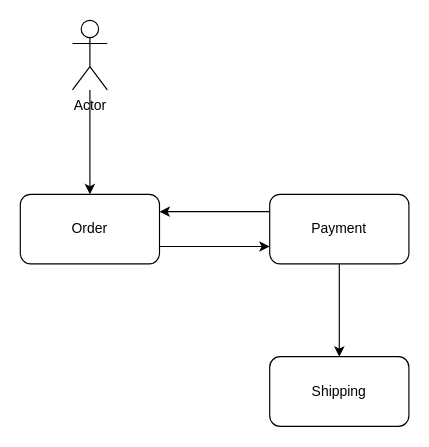
Earlier version of the draw.io diagram Online Shop.drawio (kelvinlyy/online-shop-order). Source tidied: cells renumbered, new cells numbered last; positions are measured from the earlier drawing's top-left corner, leaving out a move shared by most shapes. Both pictures are drawn from the tidied source at 116%, with x=0, y=0 at pixel (20, 20).
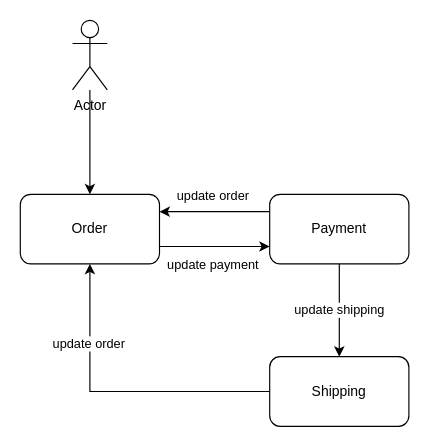
After the change.

Change to the diagram source:
```diff
@@
 <mxGraphModel>
   <root>
     <mxCell id="0" />
     <mxCell id="1" parent="0" />
     <mxCell id="2" style="edgeStyle=orthogonalEdgeStyle;rounded=0;jettySize=auto;html=1;entryX=0.5;entryY=0;entryDx=0;entryDy=0;" parent="1" edge="1" source="3" target="5">
       <mxGeometry relative="1" as="geometry" />
     </mxCell>
     <mxCell id="3" value="Actor" style="shape=umlActor;verticalLabelPosition=bottom;verticalAlign=top;html=1;outlineConnect=0;" parent="1" vertex="1">
       <mxGeometry x="45" width="30" height="60" as="geometry" />
     </mxCell>
     <mxCell id="4" style="edgeStyle=orthogonalEdgeStyle;rounded=0;jettySize=auto;html=1;exitX=1;exitY=0.75;exitDx=0;exitDy=0;entryX=0;entryY=0.75;entryDx=0;entryDy=0;" parent="1" edge="1" source="5" target="8">
       <mxGeometry relative="1" as="geometry" />
     </mxCell>
+    <mxCell id="10" value="update order" style="edgeLabel;html=1;align=center;verticalAlign=middle;" parent="4" vertex="1">
+      <mxGeometry x="-0.26" y="-2" relative="1" as="geometry">
+        <mxPoint x="10" y="-47" as="offset" />
+      </mxGeometry>
+    </mxCell>
     <mxCell id="5" value="Order" style="rounded=1;whiteSpace=wrap;html=1;" parent="1" vertex="1">
       <mxGeometry y="150" width="120" height="60" as="geometry" />
     </mxCell>
     <mxCell id="6" style="edgeStyle=orthogonalEdgeStyle;rounded=0;jettySize=auto;html=1;exitX=0;exitY=0.25;exitDx=0;exitDy=0;entryX=1;entryY=0.25;entryDx=0;entryDy=0;" parent="1" edge="1" source="8" target="5">
       <mxGeometry relative="1" as="geometry" />
     </mxCell>
+    <mxCell id="11" value="update payment" style="edgeLabel;html=1;align=center;verticalAlign=middle;" parent="6" vertex="1">
+      <mxGeometry x="0.26" y="1" relative="1" as="geometry">
+        <mxPoint x="10" y="44" as="offset" />
+      </mxGeometry>
+    </mxCell>
-    <mxCell id="7" style="edgeStyle=orthogonalEdgeStyle;rounded=0;jettySize=auto;html=1;" parent="1" edge="1" source="8" target="9">
+    <mxCell id="7" value="update shipping" style="edgeStyle=orthogonalEdgeStyle;rounded=0;jettySize=auto;html=1;" parent="1" edge="1" source="8" target="9">
       <mxGeometry relative="1" as="geometry" />
     </mxCell>
     <mxCell id="8" value="Payment" style="rounded=1;whiteSpace=wrap;html=1;" parent="1" vertex="1">
       <mxGeometry x="215" y="150" width="120" height="60" as="geometry" />
     </mxCell>
+    <mxCell id="12" style="edgeStyle=orthogonalEdgeStyle;rounded=0;jettySize=auto;html=1;entryX=0.5;entryY=1;entryDx=0;entryDy=0;" parent="1" edge="1" source="9" target="5">
+      <mxGeometry relative="1" as="geometry" />
+    </mxCell>
+    <mxCell id="13" value="update order" style="edgeLabel;html=1;align=center;verticalAlign=middle;" parent="12" vertex="1">
+      <mxGeometry x="0.49" y="2" relative="1" as="geometry" />
+    </mxCell>
     <mxCell id="9" value="Shipping" style="whiteSpace=wrap;html=1;rounded=1;" parent="1" vertex="1">
       <mxGeometry x="215" y="290" width="120" height="60" as="geometry" />
     </mxCell>
   </root>
 </mxGraphModel>
```
